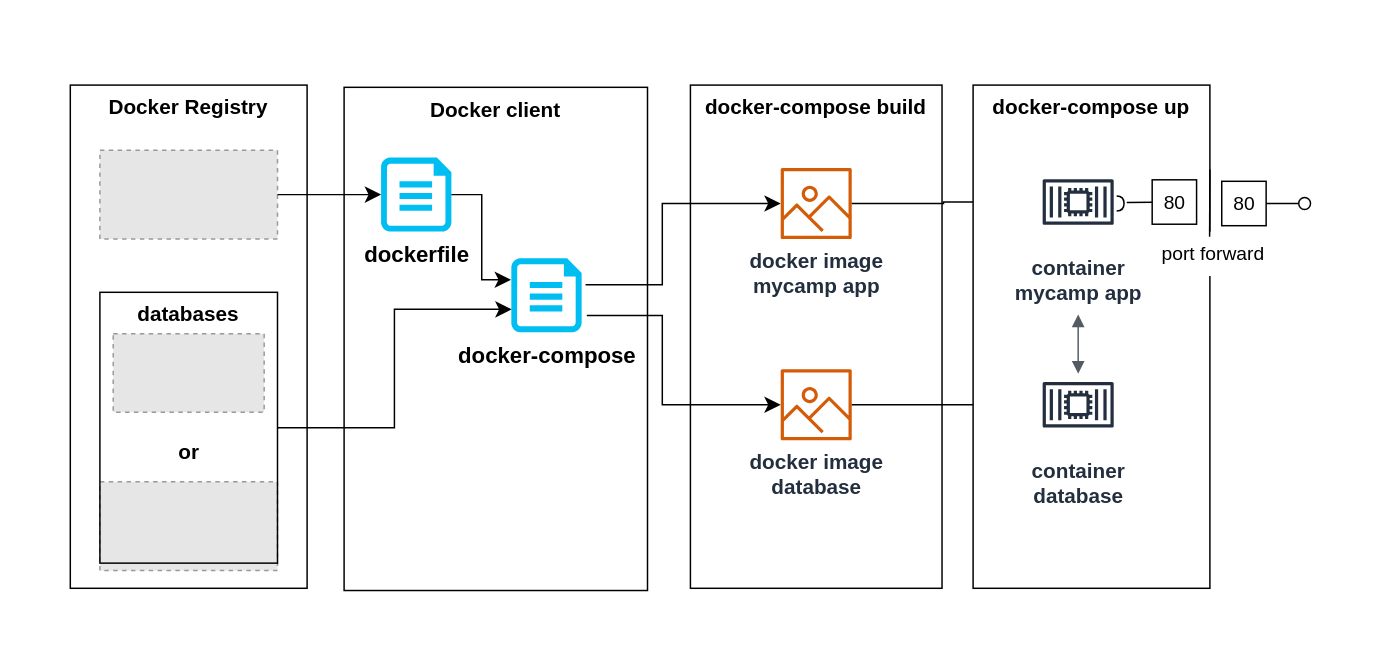
Earlier version of the draw.io diagram docs/sketch_drawio/Docker diagram.drawio (MT-123/my-camp). Source tidied: cells renumbered, new cells numbered last; positions are measured from the earlier drawing's top-left corner, leaving out a move shared by most shapes. Both pictures are drawn from the tidied source at 148%, with x=0, y=0 at pixel (25, 25). Pictures stored in the file or linked from it are replaced by grey dashed boxes.
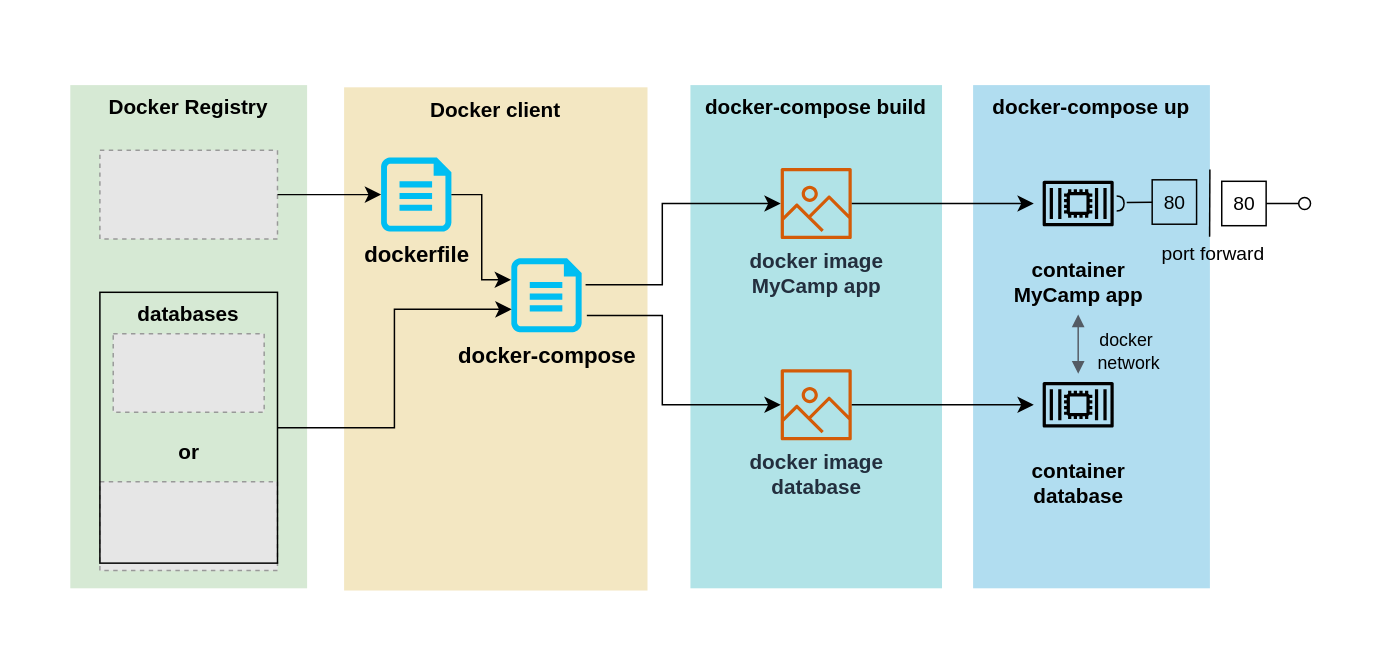
The same diagram, later.

Commit message (it also covers changes not shown here):
revise diagram

Unchanged cells that the change refers to:
```xml
<mxCell id="9" value="&lt;font style=&quot;font-size: 14px;&quot;&gt;&lt;b&gt;docker image&lt;br&gt;database&lt;br&gt;&lt;/b&gt;&lt;/font&gt;" style="sketch=0;outlineConnect=0;fontColor=#232F3E;gradientColor=none;fillColor=#D45B07;strokeColor=none;dashed=0;verticalLabelPosition=bottom;verticalAlign=top;align=center;html=1;fontSize=12;fontStyle=0;shape=mxgraph.aws4.container_registry_image;" parent="1" vertex="1">
  <mxGeometry x="510" y="232" width="48" height="48" as="geometry" />
</mxCell>
<mxCell id="27" style="group;" parent="1" vertex="1">
  <mxGeometry x="737" y="97" width="131" height="72" as="geometry" />
</mxCell>
```

What changed in the source:
```diff
@@
-    <mxCell id="3" value="&lt;font style=&quot;font-size: 14px;&quot;&gt;&lt;b&gt;docker-compose build&lt;/b&gt;&lt;/font&gt;" style="rounded=0;whiteSpace=wrap;html=1;verticalAlign=top;" parent="1" vertex="1">
+    <mxCell id="3" value="&lt;font style=&quot;font-size: 14px;&quot;&gt;&lt;b&gt;docker-compose build&lt;/b&gt;&lt;/font&gt;" style="rounded=0;whiteSpace=wrap;html=1;verticalAlign=top;strokeColor=none;fillColor=#b1e3e7;" parent="1" vertex="1">
       <mxGeometry x="449" y="40" width="170" height="340" as="geometry" />
     </mxCell>
-    <mxCell id="4" value="&lt;font style=&quot;font-size: 14px;&quot;&gt;&lt;b&gt;Docker client&lt;/b&gt;&lt;/font&gt;" style="rounded=0;whiteSpace=wrap;html=1;verticalAlign=top;" parent="1" vertex="1">
+    <mxCell id="4" value="&lt;font style=&quot;font-size: 14px;&quot;&gt;&lt;b&gt;Docker client&lt;/b&gt;&lt;/font&gt;" style="rounded=0;whiteSpace=wrap;html=1;verticalAlign=top;strokeColor=none;fillColor=#f3e7c2;" parent="1" vertex="1">
       <mxGeometry x="215" y="41.5" width="205" height="340" as="geometry" />
     </mxCell>
-    <mxCell id="5" value="&lt;font style=&quot;font-size: 14px;&quot;&gt;&lt;b&gt;Docker Registry&lt;/b&gt;&lt;/font&gt;" style="rounded=0;whiteSpace=wrap;html=1;verticalAlign=top;" parent="1" vertex="1">
+    <mxCell id="5" value="&lt;font style=&quot;font-size: 14px;&quot;&gt;&lt;b&gt;Docker Registry&lt;/b&gt;&lt;/font&gt;" style="rounded=0;whiteSpace=wrap;html=1;verticalAlign=top;fillColor=#d6e9d4;strokeColor=none;" parent="1" vertex="1">
       <mxGeometry x="30" y="40" width="160" height="340" as="geometry" />
     </mxCell>
-    <mxCell id="6" value="&lt;font style=&quot;font-size: 14px;&quot;&gt;&lt;b&gt;docker image&lt;br&gt;mycamp app&lt;br&gt;&lt;/b&gt;&lt;/font&gt;" style="sketch=0;outlineConnect=0;fontColor=#232F3E;gradientColor=none;fillColor=#D45B07;strokeColor=none;dashed=0;verticalLabelPosition=bottom;verticalAlign=top;align=center;html=1;fontSize=12;fontStyle=0;shape=mxgraph.aws4.container_registry_image;" parent="1" vertex="1">
+    <mxCell id="6" value="&lt;font style=&quot;font-size: 14px;&quot;&gt;&lt;b&gt;docker image&lt;br&gt;MyCamp app&lt;br&gt;&lt;/b&gt;&lt;/font&gt;" style="sketch=0;outlineConnect=0;fontColor=#232F3E;gradientColor=none;fillColor=#D45B07;strokeColor=none;dashed=0;verticalLabelPosition=bottom;verticalAlign=top;align=center;html=1;fontSize=12;fontStyle=0;shape=mxgraph.aws4.container_registry_image;" parent="1" vertex="1">
       <mxGeometry x="510" y="96" width="48" height="48" as="geometry" />
     </mxCell>
@@
-    <mxCell id="21" style="edgeStyle=elbowEdgeStyle;elbow=horizontal;endArrow=classic;html=1;curved=0;rounded=0;endSize=8;startSize=8;" parent="1" edge="1" source="6" target="24">
-      <mxGeometry relative="1" as="geometry" />
-    </mxCell>
-    <mxCell id="22" style="edgeStyle=elbowEdgeStyle;elbow=horizontal;endArrow=classic;html=1;curved=0;rounded=0;endSize=8;startSize=8;" parent="1" edge="1" source="9" target="25">
-      <mxGeometry relative="1" as="geometry" />
-    </mxCell>
-    <mxCell id="23" value="&lt;font style=&quot;font-size: 14px;&quot;&gt;&lt;b&gt;docker-compose up&lt;/b&gt;&lt;/font&gt;" style="rounded=0;whiteSpace=wrap;html=1;verticalAlign=top;" parent="1" vertex="1">
+    <mxCell id="23" value="&lt;font style=&quot;font-size: 14px;&quot;&gt;&lt;b&gt;docker-compose up&lt;/b&gt;&lt;/font&gt;" style="rounded=0;whiteSpace=wrap;html=1;verticalAlign=top;fillColor=#b1ddf0;strokeColor=none;" parent="1" vertex="1">
       <mxGeometry x="640" y="40" width="160" height="340" as="geometry" />
     </mxCell>
-    <mxCell id="24" value="&lt;font style=&quot;font-size: 14px;&quot;&gt;&lt;b&gt;container&lt;br&gt;mycamp app&lt;/b&gt;&lt;/font&gt;" style="sketch=0;outlineConnect=0;fontColor=#232F3E;gradientColor=none;strokeColor=#232F3E;fillColor=#ffffff;dashed=0;verticalLabelPosition=bottom;verticalAlign=top;align=center;html=1;fontSize=12;fontStyle=0;shape=mxgraph.aws4.resourceIcon;resIcon=mxgraph.aws4.container_2;" parent="1" vertex="1">
-      <mxGeometry x="681" y="89" width="60" height="60" as="geometry" />
+    <mxCell id="24" value="&lt;font style=&quot;font-size: 14px;&quot;&gt;&lt;b&gt;container&lt;br&gt;MyCamp app&lt;/b&gt;&lt;/font&gt;" style="sketch=0;outlineConnect=0;fillColor=none;dashed=0;verticalLabelPosition=bottom;verticalAlign=top;align=center;html=1;fontSize=12;fontStyle=0;shape=mxgraph.aws4.resourceIcon;resIcon=mxgraph.aws4.container_2;" parent="1" vertex="1">
+      <mxGeometry x="681" y="90" width="60" height="60" as="geometry" />
     </mxCell>
-    <mxCell id="25" value="&lt;font style=&quot;font-size: 14px;&quot;&gt;&lt;b&gt;container&lt;br&gt;database&lt;/b&gt;&lt;/font&gt;" style="sketch=0;outlineConnect=0;fontColor=#232F3E;gradientColor=none;strokeColor=#232F3E;fillColor=#ffffff;dashed=0;verticalLabelPosition=bottom;verticalAlign=top;align=center;html=1;fontSize=12;fontStyle=0;shape=mxgraph.aws4.resourceIcon;resIcon=mxgraph.aws4.container_2;" parent="1" vertex="1">
+    <mxCell id="25" value="&lt;font style=&quot;font-size: 14px;&quot;&gt;&lt;b&gt;container&lt;br&gt;database&lt;/b&gt;&lt;/font&gt;" style="sketch=0;outlineConnect=0;fillColor=none;dashed=0;verticalLabelPosition=bottom;verticalAlign=top;align=center;html=1;fontSize=12;fontStyle=0;shape=mxgraph.aws4.resourceIcon;resIcon=mxgraph.aws4.container_2;" parent="1" vertex="1">
       <mxGeometry x="681" y="226" width="60" height="60" as="geometry" />
     </mxCell>
@@
-    <mxCell id="28" value="&lt;font style=&quot;font-size: 13px;&quot;&gt;80&lt;/font&gt;" style="html=1;rounded=0;fontSize=13;" parent="27" vertex="1">
+    <mxCell id="28" value="&lt;font style=&quot;font-size: 13px;&quot;&gt;80&lt;/font&gt;" style="html=1;rounded=0;fontSize=13;fillColor=none;" parent="27" vertex="1">
       <mxGeometry x="24" y="7" width="30" height="30" as="geometry" />
     </mxCell>
@@
-    <mxCell id="34" value="port forward" style="text;html=1;align=center;verticalAlign=middle;strokeColor=none;fillColor=default;fontSize=13;" parent="27" vertex="1">
+    <mxCell id="34" value="port forward" style="text;html=1;align=center;verticalAlign=middle;fillColor=none;fontSize=13;" parent="27" vertex="1">
       <mxGeometry x="20" y="42" width="90" height="30" as="geometry" />
     </mxCell>
@@
+    <mxCell id="36" value="docker&amp;nbsp;&lt;br&gt;network" style="text;html=1;align=center;verticalAlign=middle;strokeColor=none;fillColor=none;" parent="1" vertex="1">
+      <mxGeometry x="710" y="200" width="70" height="40" as="geometry" />
+    </mxCell>
+    <mxCell id="21" style="edgeStyle=elbowEdgeStyle;elbow=horizontal;endArrow=classic;html=1;curved=0;rounded=0;endSize=8;startSize=8;" parent="1" edge="1" source="6" target="24">
+      <mxGeometry relative="1" as="geometry" />
+    </mxCell>
+    <mxCell id="22" style="edgeStyle=elbowEdgeStyle;elbow=horizontal;endArrow=classic;html=1;curved=0;rounded=0;endSize=8;startSize=8;" parent="1" edge="1" source="9" target="25">
+      <mxGeometry relative="1" as="geometry" />
+    </mxCell>
```
